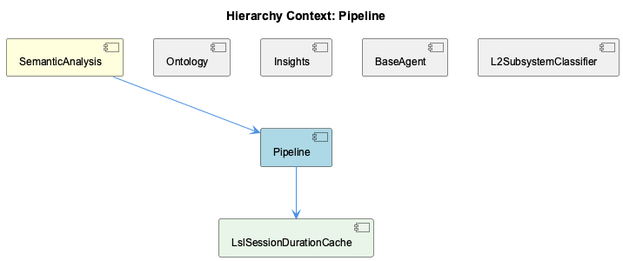
fwornle/coding keeps this PlantUML diagram as knowledge-management/insights/images/pipeline-relationship.png. Above is the earlier version.
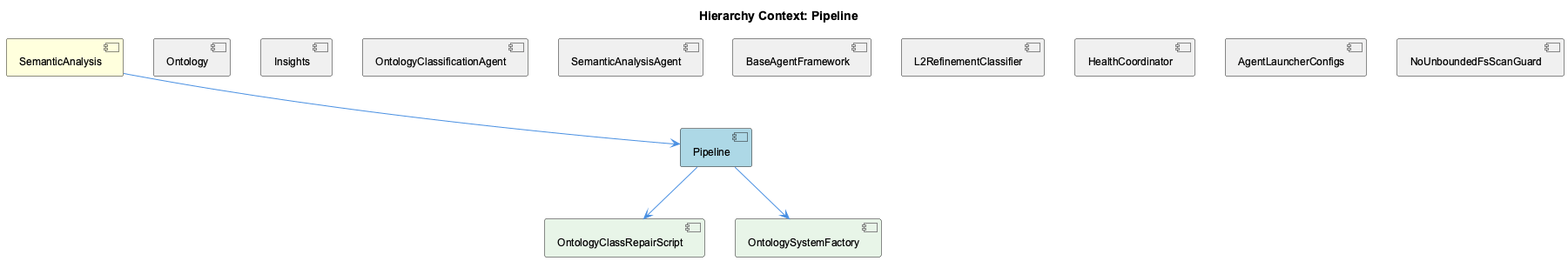
Later version of the same file.

What changed in the source:
```diff
@@ -7,15 +7,27 @@
 [Pipeline] as pipeline #LightBlue
 [Ontology] as ontology #F0F0F0
 [Insights] as insights #F0F0F0
-[BaseAgent] as base_agent #F0F0F0
-[L2SubsystemClassifier] as l2_subsystem_classifier #F0F0F0
-[LslSessionDurationCache] as lsl_session_duration_cache #E8F5E8
+[OntologyClassificationAgent] as ontology_classification_agent #F0F0F0
+[SemanticAnalysisAgent] as semantic_analysis_agent #F0F0F0
+[BaseAgentFramework] as base_agent_framework #F0F0F0
+[L2RefinementClassifier] as l2_refinement_classifier #F0F0F0
+[HealthCoordinator] as health_coordinator #F0F0F0
+[AgentLauncherConfigs] as agent_launcher_configs #F0F0F0
+[NoUnboundedFsScanGuard] as no_unbounded_fs_scan_guard #F0F0F0
+[OntologyClassRepairScript] as ontology_class_repair_script #E8F5E8
+[OntologySystemFactory] as ontology_system_factory #E8F5E8
 
 semantic_analysis --> pipeline
 ontology -[hidden]- pipeline
 insights -[hidden]- pipeline
-base_agent -[hidden]- pipeline
-l2_subsystem_classifier -[hidden]- pipeline
-pipeline --> lsl_session_duration_cache
+ontology_classification_agent -[hidden]- pipeline
+semantic_analysis_agent -[hidden]- pipeline
+base_agent_framework -[hidden]- pipeline
+l2_refinement_classifier -[hidden]- pipeline
+health_coordinator -[hidden]- pipeline
+agent_launcher_configs -[hidden]- pipeline
+no_unbounded_fs_scan_guard -[hidden]- pipeline
+pipeline --> ontology_class_repair_script
+pipeline --> ontology_system_factory
 
 @enduml
```
